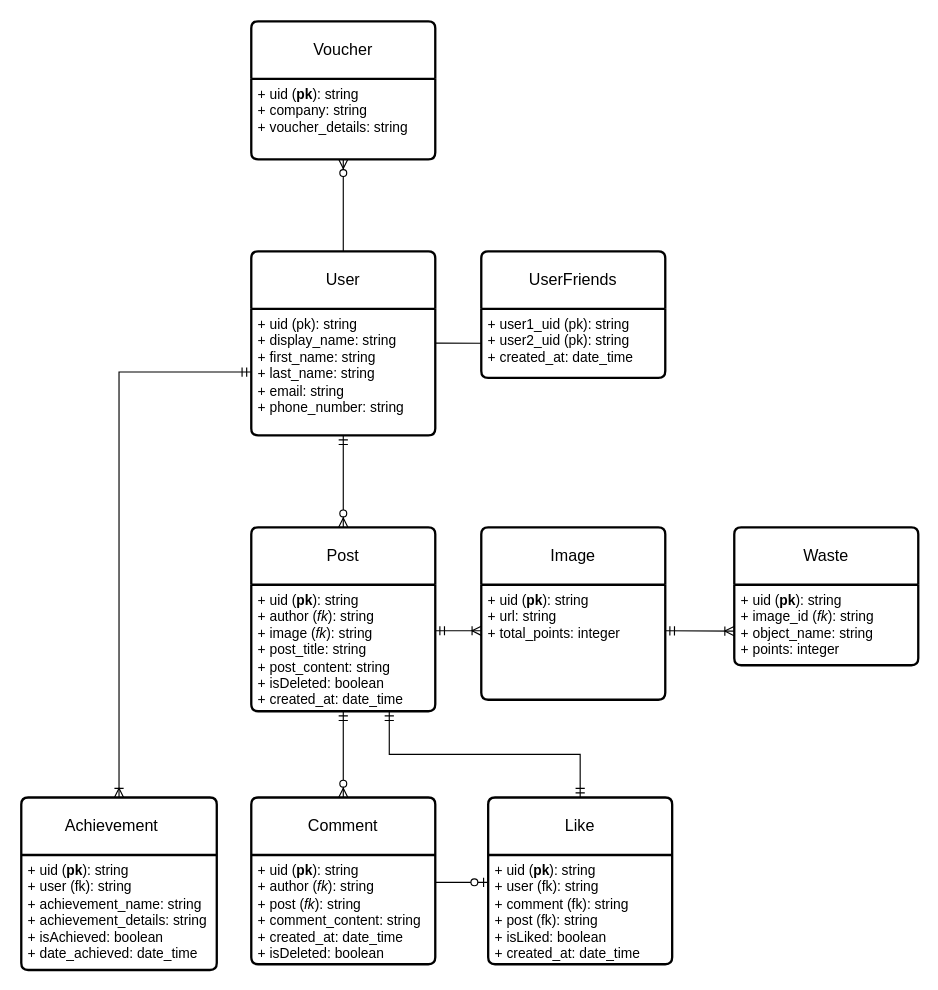
Above: resiklo-erd.drawio in rei-naissance/erd-for-cherry (draw.io), before the change. Source tidied: cells renumbered, new cells numbered last; positions are measured from the earlier drawing's top-left corner, leaving out a move shared by most shapes. Both pictures are drawn from the tidied source at 115%, with x=0, y=0 at pixel (21, 21).
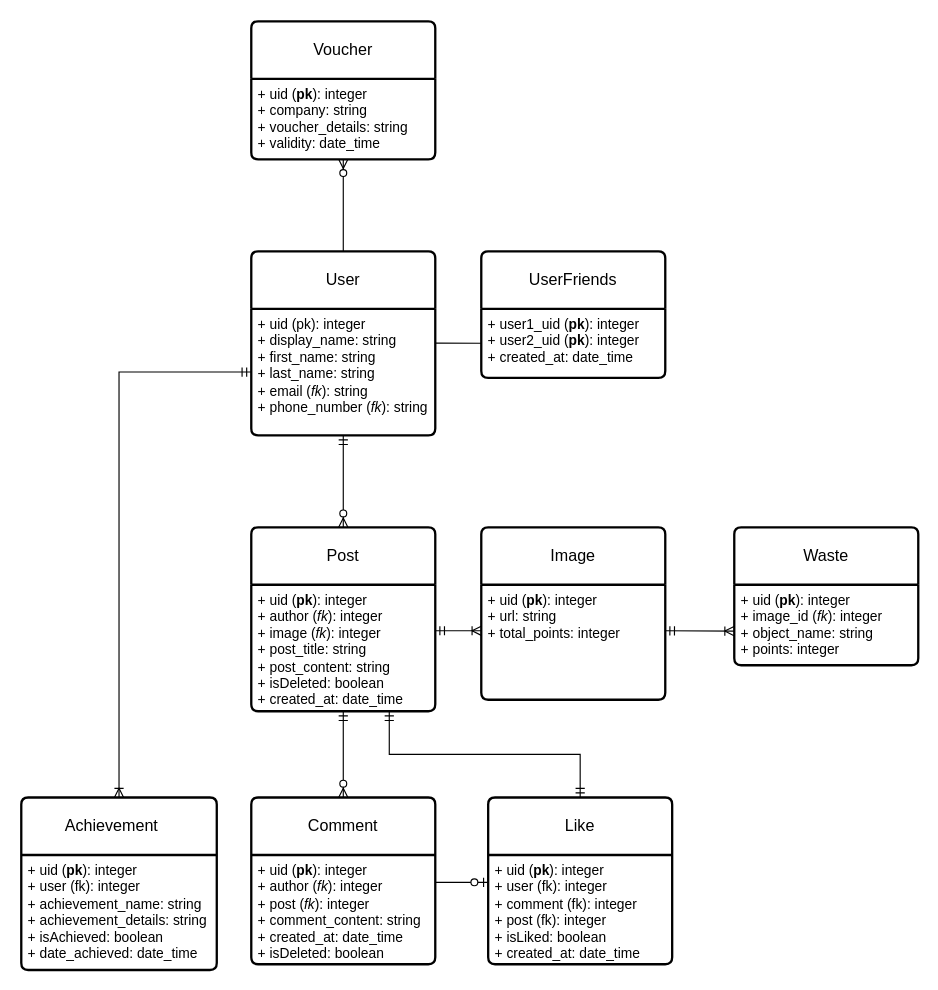
The same diagram, later.

Unchanged cells that the change refers to:
```xml
<mxCell id="2" value="&lt;div&gt;User&lt;/div&gt;" style="swimlane;horizontal=1;startSize=50;rounded=1;fontSize=14;fontStyle=0;strokeWidth=2;shadow=0;dashed=0;align=center;arcSize=4;whiteSpace=wrap;html=1;" parent="1" vertex="1">
  <mxGeometry x="200" y="200" width="160" height="160" as="geometry" />
</mxCell>
<mxCell id="4" value="Post" style="swimlane;horizontal=1;startSize=50;rounded=1;fontSize=14;fontStyle=0;strokeWidth=2;shadow=0;dashed=0;align=center;arcSize=4;whiteSpace=wrap;html=1;" parent="1" vertex="1">
  <mxGeometry x="200" y="440" width="160" height="160" as="geometry" />
</mxCell>
<mxCell id="6" value="Image" style="swimlane;horizontal=1;startSize=50;rounded=1;fontSize=14;fontStyle=0;strokeWidth=2;shadow=0;dashed=0;align=center;arcSize=4;whiteSpace=wrap;html=1;" parent="1" vertex="1">
  <mxGeometry x="400" y="440" width="160" height="150" as="geometry" />
</mxCell>
<mxCell id="8" value="Like" style="swimlane;horizontal=1;startSize=50;rounded=1;fontSize=14;fontStyle=0;strokeWidth=2;shadow=0;dashed=0;align=center;arcSize=4;whiteSpace=wrap;html=1;" parent="1" vertex="1">
  <mxGeometry x="406" y="675" width="160" height="145" as="geometry" />
</mxCell>
<mxCell id="10" value="&lt;div&gt;Comment&lt;/div&gt;" style="swimlane;horizontal=1;startSize=50;rounded=1;fontSize=14;fontStyle=0;strokeWidth=2;shadow=0;dashed=0;align=center;arcSize=4;whiteSpace=wrap;html=1;" parent="1" vertex="1">
  <mxGeometry x="200" y="675" width="160" height="145" as="geometry" />
</mxCell>
<mxCell id="12" value="Achievement&lt;span style=&quot;white-space: pre;&quot;&gt;&#9;&lt;/span&gt;" style="swimlane;horizontal=1;startSize=50;rounded=1;fontSize=14;fontStyle=0;strokeWidth=2;shadow=0;dashed=0;align=center;arcSize=4;whiteSpace=wrap;html=1;" parent="1" vertex="1">
  <mxGeometry y="675" width="170" height="150" as="geometry" />
</mxCell>
<mxCell id="14" value="Voucher" style="swimlane;horizontal=1;startSize=50;rounded=1;fontSize=14;fontStyle=0;strokeWidth=2;shadow=0;dashed=0;align=center;arcSize=4;whiteSpace=wrap;html=1;" parent="1" vertex="1">
  <mxGeometry x="200" width="160" height="120" as="geometry" />
</mxCell>
<mxCell id="16" value="UserFriends" style="swimlane;horizontal=1;startSize=50;rounded=1;fontSize=14;fontStyle=0;strokeWidth=2;shadow=0;dashed=0;align=center;arcSize=4;whiteSpace=wrap;html=1;" parent="1" vertex="1">
  <mxGeometry x="400" y="200" width="160" height="110" as="geometry" />
</mxCell>
<mxCell id="18" value="Waste" style="swimlane;horizontal=1;startSize=50;rounded=1;fontSize=14;fontStyle=0;strokeWidth=2;shadow=0;dashed=0;align=center;arcSize=4;whiteSpace=wrap;html=1;" parent="1" vertex="1">
  <mxGeometry x="620" y="440" width="160" height="120" as="geometry" />
</mxCell>
```

What changed in the source:
```diff
@@
-    <mxCell id="3" value="&lt;div&gt;+ uid (pk): string&lt;/div&gt;&lt;div&gt;+ display_name: string&lt;/div&gt;&lt;div&gt;+ first_name: string&lt;br&gt;+ last_name: string&lt;/div&gt;&lt;div&gt;+ email: string&lt;/div&gt;&lt;div&gt;+ phone_number: string&lt;/div&gt;" style="align=left;strokeColor=none;fillColor=none;spacingLeft=4;spacingRight=4;fontSize=12;verticalAlign=top;html=1;whiteSpace=wrap;" parent="2" vertex="1">
+    <mxCell id="3" value="&lt;div&gt;+ uid (pk): integer&lt;/div&gt;&lt;div&gt;+ display_name: string&lt;/div&gt;&lt;div&gt;+ first_name: string&lt;br&gt;+ last_name: string&lt;/div&gt;&lt;div&gt;+ email (&lt;i&gt;fk&lt;/i&gt;): string&lt;/div&gt;&lt;div&gt;+ phone_number (&lt;i&gt;fk&lt;/i&gt;): string&lt;/div&gt;" style="align=left;strokeColor=none;fillColor=none;spacingLeft=4;spacingRight=4;fontSize=12;verticalAlign=top;html=1;whiteSpace=wrap;" parent="2" vertex="1">
       <mxGeometry y="50" width="160" height="110" as="geometry" />
     </mxCell>
@@
-    <mxCell id="5" value="&lt;div&gt;+ uid (&lt;b&gt;pk&lt;/b&gt;): string&lt;/div&gt;&lt;div&gt;+ author (&lt;i&gt;fk&lt;/i&gt;): string&lt;/div&gt;&lt;div&gt;+ image (&lt;i&gt;fk&lt;/i&gt;): string&lt;/div&gt;&lt;div&gt;+ post_title: string&lt;/div&gt;&lt;div&gt;+ post_content: string&lt;/div&gt;&lt;div&gt;+ isDeleted: boolean&lt;/div&gt;&lt;div&gt;+ created_at: date_time&lt;/div&gt;" style="align=left;strokeColor=none;fillColor=none;spacingLeft=4;spacingRight=4;fontSize=12;verticalAlign=top;html=1;whiteSpace=wrap;" parent="4" vertex="1">
+    <mxCell id="5" value="&lt;div&gt;+ uid (&lt;b&gt;pk&lt;/b&gt;): integer&lt;/div&gt;&lt;div&gt;+ author (&lt;i&gt;fk&lt;/i&gt;): integer&lt;/div&gt;&lt;div&gt;+ image (&lt;i&gt;fk&lt;/i&gt;): integer&lt;/div&gt;&lt;div&gt;+ post_title: string&lt;/div&gt;&lt;div&gt;+ post_content: string&lt;/div&gt;&lt;div&gt;+ isDeleted: boolean&lt;/div&gt;&lt;div&gt;+ created_at: date_time&lt;/div&gt;" style="align=left;strokeColor=none;fillColor=none;spacingLeft=4;spacingRight=4;fontSize=12;verticalAlign=top;html=1;whiteSpace=wrap;" parent="4" vertex="1">
       <mxGeometry y="50" width="160" height="110" as="geometry" />
     </mxCell>
@@
-    <mxCell id="7" value="&lt;div&gt;+ uid (&lt;b&gt;pk&lt;/b&gt;): string&lt;/div&gt;&lt;div&gt;+ url: string&lt;/div&gt;&lt;div&gt;+ total_points: integer&lt;/div&gt;" style="align=left;strokeColor=none;fillColor=none;spacingLeft=4;spacingRight=4;fontSize=12;verticalAlign=top;html=1;whiteSpace=wrap;" parent="6" vertex="1">
+    <mxCell id="7" value="&lt;div&gt;+ uid (&lt;b&gt;pk&lt;/b&gt;): integer&lt;/div&gt;&lt;div&gt;+ url: string&lt;/div&gt;&lt;div&gt;+ total_points: integer&lt;/div&gt;" style="align=left;strokeColor=none;fillColor=none;spacingLeft=4;spacingRight=4;fontSize=12;verticalAlign=top;html=1;whiteSpace=wrap;" parent="6" vertex="1">
       <mxGeometry y="50" width="160" height="100" as="geometry" />
     </mxCell>
@@
-    <mxCell id="9" value="&lt;div&gt;+ uid (&lt;b&gt;pk&lt;/b&gt;): string&lt;/div&gt;&lt;div&gt;+ user (fk): string&lt;/div&gt;&lt;div&gt;+ comment (fk): string&lt;/div&gt;&lt;div&gt;+ post (fk): string&lt;/div&gt;+ isLiked: boolean&lt;br&gt;+ created_at: date_time" style="align=left;strokeColor=none;fillColor=none;spacingLeft=4;spacingRight=4;fontSize=12;verticalAlign=top;html=1;whiteSpace=wrap;" parent="8" vertex="1">
+    <mxCell id="9" value="&lt;div&gt;+ uid (&lt;b&gt;pk&lt;/b&gt;): integer&lt;/div&gt;&lt;div&gt;+ user (fk): integer&lt;/div&gt;&lt;div&gt;+ comment (fk): integer&lt;/div&gt;&lt;div&gt;+ post (fk): integer&lt;/div&gt;+ isLiked: boolean&lt;br&gt;+ created_at: date_time" style="align=left;strokeColor=none;fillColor=none;spacingLeft=4;spacingRight=4;fontSize=12;verticalAlign=top;html=1;whiteSpace=wrap;" parent="8" vertex="1">
       <mxGeometry y="50" width="160" height="95" as="geometry" />
     </mxCell>
@@
-    <mxCell id="11" value="&lt;div&gt;+ uid (&lt;b&gt;pk&lt;/b&gt;): string&lt;/div&gt;&lt;div&gt;+ author (&lt;i&gt;fk&lt;/i&gt;): string&lt;/div&gt;&lt;div&gt;+ post (&lt;i&gt;fk&lt;/i&gt;): string&lt;/div&gt;&lt;div&gt;+ comment_content: string&lt;/div&gt;&lt;div&gt;+ created_at: date_time&lt;/div&gt;&lt;div&gt;+ isDeleted: boolean&lt;/div&gt;" style="align=left;strokeColor=none;fillColor=none;spacingLeft=4;spacingRight=4;fontSize=12;verticalAlign=top;html=1;whiteSpace=wrap;" parent="10" vertex="1">
+    <mxCell id="11" value="&lt;div&gt;+ uid (&lt;b&gt;pk&lt;/b&gt;): integer&lt;/div&gt;&lt;div&gt;+ author (&lt;i&gt;fk&lt;/i&gt;): integer&lt;/div&gt;&lt;div&gt;+ post (&lt;i&gt;fk&lt;/i&gt;): integer&lt;/div&gt;&lt;div&gt;+ comment_content: string&lt;/div&gt;&lt;div&gt;+ created_at: date_time&lt;/div&gt;&lt;div&gt;+ isDeleted: boolean&lt;/div&gt;" style="align=left;strokeColor=none;fillColor=none;spacingLeft=4;spacingRight=4;fontSize=12;verticalAlign=top;html=1;whiteSpace=wrap;" parent="10" vertex="1">
       <mxGeometry y="50" width="160" height="95" as="geometry" />
     </mxCell>
@@
-    <mxCell id="13" value="&lt;div&gt;+ uid (&lt;b&gt;pk&lt;/b&gt;): string&lt;/div&gt;&lt;div&gt;+ user (fk): string&lt;/div&gt;&lt;div&gt;+ achievement_name: string&lt;br&gt;+ achievement_details: string&lt;/div&gt;&lt;div&gt;+ isAchieved: boolean&lt;/div&gt;&lt;div&gt;+ date_achieved: date_time&lt;/div&gt;" style="align=left;strokeColor=none;fillColor=none;spacingLeft=4;spacingRight=4;fontSize=12;verticalAlign=top;html=1;whiteSpace=wrap;" parent="12" vertex="1">
+    <mxCell id="13" value="&lt;div&gt;+ uid (&lt;b&gt;pk&lt;/b&gt;): integer&lt;/div&gt;&lt;div&gt;+ user (fk): integer&lt;/div&gt;&lt;div&gt;+ achievement_name: string&lt;br&gt;+ achievement_details: string&lt;/div&gt;&lt;div&gt;+ isAchieved: boolean&lt;/div&gt;&lt;div&gt;+ date_achieved: date_time&lt;/div&gt;" style="align=left;strokeColor=none;fillColor=none;spacingLeft=4;spacingRight=4;fontSize=12;verticalAlign=top;html=1;whiteSpace=wrap;" parent="12" vertex="1">
       <mxGeometry y="50" width="170" height="100" as="geometry" />
     </mxCell>
@@
-    <mxCell id="15" value="&lt;div&gt;+ uid (&lt;b&gt;pk&lt;/b&gt;): string&lt;/div&gt;&lt;div&gt;+ company: string&lt;/div&gt;&lt;div&gt;+ voucher_details: string&lt;/div&gt;" style="align=left;strokeColor=none;fillColor=none;spacingLeft=4;spacingRight=4;fontSize=12;verticalAlign=top;html=1;whiteSpace=wrap;" parent="14" vertex="1">
+    <mxCell id="15" value="&lt;div&gt;+ uid (&lt;b&gt;pk&lt;/b&gt;): integer&lt;/div&gt;&lt;div&gt;+ company: string&lt;/div&gt;&lt;div&gt;+ voucher_details: string&lt;/div&gt;+ validity: date_time" style="align=left;strokeColor=none;fillColor=none;spacingLeft=4;spacingRight=4;fontSize=12;verticalAlign=top;html=1;whiteSpace=wrap;" parent="14" vertex="1">
       <mxGeometry y="50" width="160" height="70" as="geometry" />
     </mxCell>
@@
-    <mxCell id="17" value="&lt;div&gt;+ user1_uid (pk): string&lt;/div&gt;&lt;div&gt;+ user2_uid (pk): string&lt;/div&gt;&lt;div&gt;+ created_at: date_time&lt;/div&gt;" style="align=left;strokeColor=none;fillColor=none;spacingLeft=4;spacingRight=4;fontSize=12;verticalAlign=top;html=1;whiteSpace=wrap;" parent="16" vertex="1">
+    <mxCell id="17" value="&lt;div&gt;+ user1_uid (&lt;b&gt;pk&lt;/b&gt;): integer&lt;/div&gt;&lt;div&gt;+ user2_uid (&lt;b&gt;pk&lt;/b&gt;): integer&lt;/div&gt;&lt;div&gt;+ created_at: date_time&lt;/div&gt;" style="align=left;strokeColor=none;fillColor=none;spacingLeft=4;spacingRight=4;fontSize=12;verticalAlign=top;html=1;whiteSpace=wrap;" parent="16" vertex="1">
       <mxGeometry y="50" width="160" height="60" as="geometry" />
     </mxCell>
@@
-    <mxCell id="19" value="&lt;div&gt;+ uid (&lt;b&gt;pk&lt;/b&gt;): string&lt;/div&gt;&lt;div&gt;+ image_id (&lt;i&gt;fk&lt;/i&gt;): string&lt;/div&gt;&lt;div&gt;+ object_name: string&lt;br&gt;+ points: integer&lt;/div&gt;" style="align=left;strokeColor=none;fillColor=none;spacingLeft=4;spacingRight=4;fontSize=12;verticalAlign=top;html=1;whiteSpace=wrap;" parent="18" vertex="1">
+    <mxCell id="19" value="&lt;div&gt;+ uid (&lt;b&gt;pk&lt;/b&gt;): integer&lt;/div&gt;&lt;div&gt;+ image_id (&lt;i&gt;fk&lt;/i&gt;): integer&lt;/div&gt;&lt;div&gt;+ object_name: string&lt;br&gt;+ points: integer&lt;/div&gt;" style="align=left;strokeColor=none;fillColor=none;spacingLeft=4;spacingRight=4;fontSize=12;verticalAlign=top;html=1;whiteSpace=wrap;" parent="18" vertex="1">
       <mxGeometry y="50" width="160" height="70" as="geometry" />
     </mxCell>
```
